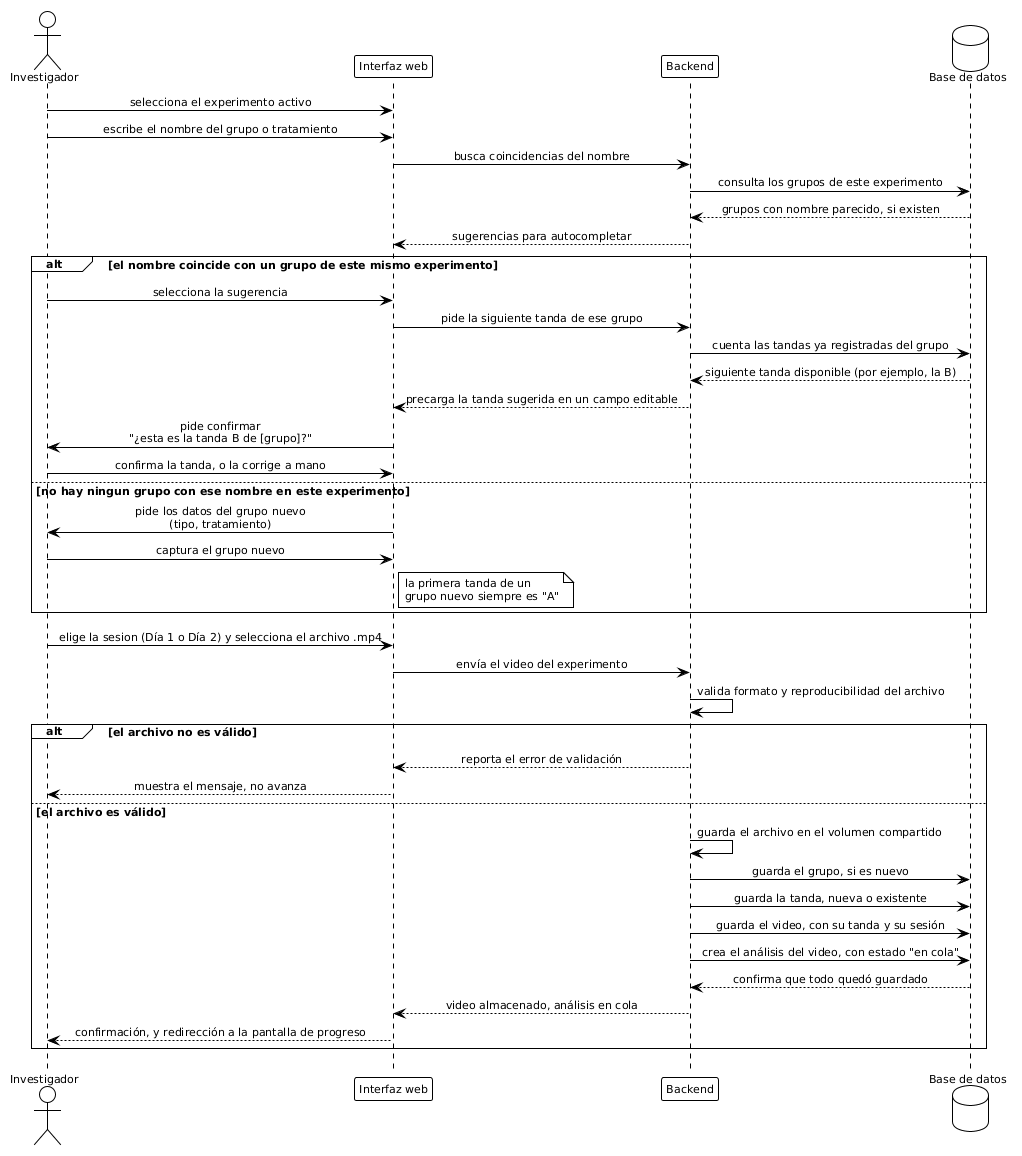
Earlier version of the PlantUML export figures/mermaid/seq_carga_video.png (ErickJester/fst-ai-system-latex). Its diagram source:
```plantuml
@startuml

!theme plain
skinparam defaultFontName Arial
skinparam defaultFontSize 11
skinparam shadowing false
skinparam sequenceMessageAlign center
skinparam BoxPadding 10

actor Investigador as inv
participant "Interfaz web" as ui
participant Backend as api
database "Base de datos" as db

inv -> ui: selecciona el experimento activo
inv -> ui: escribe el nombre del grupo o tratamiento

ui -> api: busca coincidencias del nombre
api -> db: consulta los grupos de este experimento
db --> api: grupos con nombre parecido, si existen
api --> ui: sugerencias para autocompletar

alt el nombre coincide con un grupo de este mismo experimento
  inv -> ui: selecciona la sugerencia
  ui -> api: pide la siguiente tanda de ese grupo
  api -> db: cuenta las tandas ya registradas del grupo
  db --> api: siguiente tanda disponible (por ejemplo, la B)
  api --> ui: precarga la tanda sugerida en un campo editable
  ui -> inv: pide confirmar\n"¿esta es la tanda B de [grupo]?"
  inv -> ui: confirma la tanda, o la corrige a mano
else no hay ningun grupo con ese nombre en este experimento
  ui -> inv: pide los datos del grupo nuevo\n(tipo, tratamiento)
  inv -> ui: captura el grupo nuevo
  note right of ui
    la primera tanda de un
    grupo nuevo siempre es "A"
  end note
end

inv -> ui: elige la sesion (Día 1 o Día 2) y selecciona el archivo .mp4
ui -> api: envía el video del experimento

api -> api: valida formato y reproducibilidad del archivo

alt el archivo no es válido
  api --> ui: reporta el error de validación
  ui --> inv: muestra el mensaje, no avanza
else el archivo es válido
  api -> api: guarda el archivo en el volumen compartido
  api -> db: guarda el grupo, si es nuevo
  api -> db: guarda la tanda, nueva o existente
  api -> db: guarda el video, con su tanda y su sesión
  api -> db: crea el análisis del video, con estado "en cola"
  db --> api: confirma que todo quedó guardado
  api --> ui: video almacenado, análisis en cola
  ui --> inv: confirmación, y redirección a la pantalla de progreso
end
@enduml
```
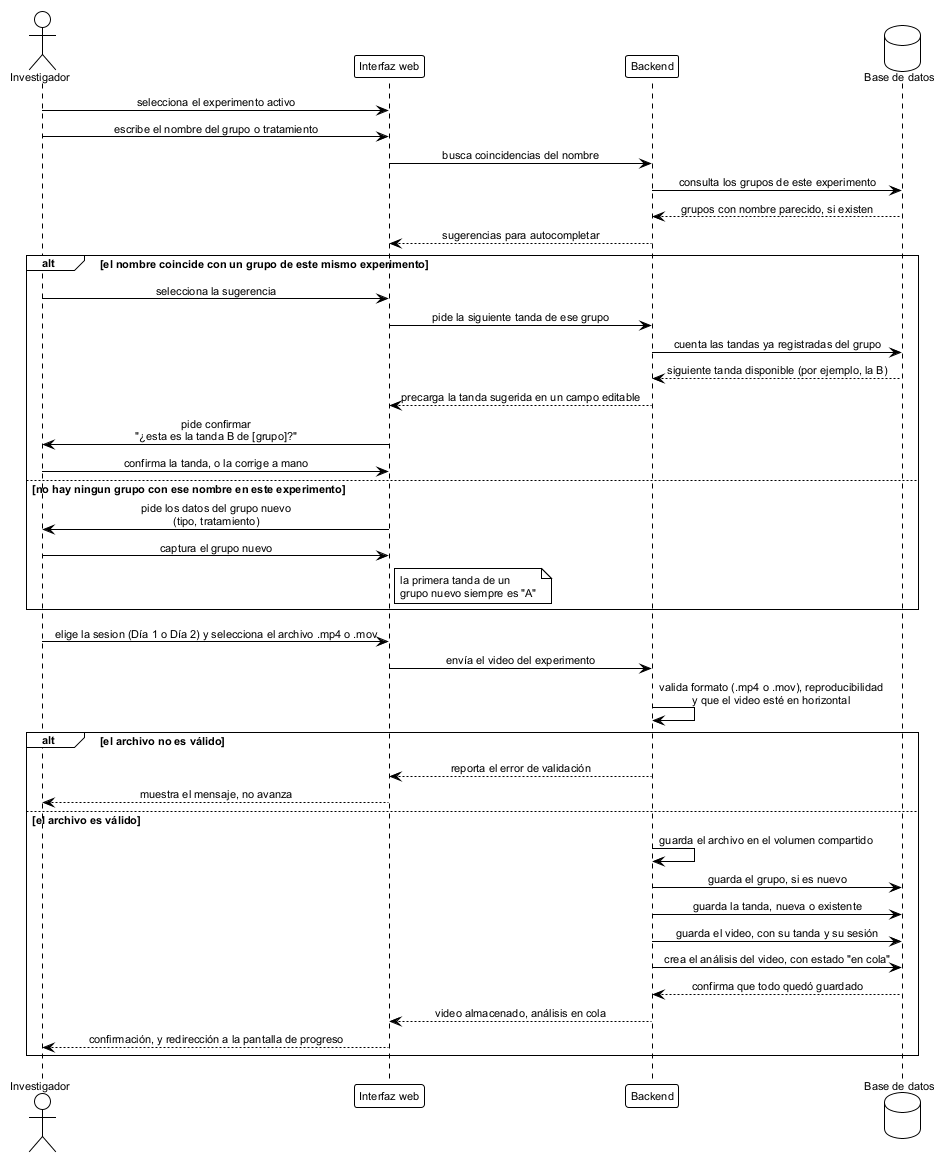
After the change.

Diff of the diagram source:
```diff
@@ -1,4 +1,4 @@
-@startuml
+@startuml seq_carga_video
 
 !theme plain
 skinparam defaultFontName Arial
@@ -37,10 +37,10 @@
   end note
 end
 
-inv -> ui: elige la sesion (Día 1 o Día 2) y selecciona el archivo .mp4
+inv -> ui: elige la sesion (Día 1 o Día 2) y selecciona el archivo .mp4 o .mov
 ui -> api: envía el video del experimento
 
-api -> api: valida formato y reproducibilidad del archivo
+api -> api: valida formato (.mp4 o .mov), reproducibilidad\ny que el video esté en horizontal
 
 alt el archivo no es válido
   api --> ui: reporta el error de validación
@@ -55,4 +55,5 @@
   api --> ui: video almacenado, análisis en cola
   ui --> inv: confirmación, y redirección a la pantalla de progreso
 end
+
 @enduml
```
